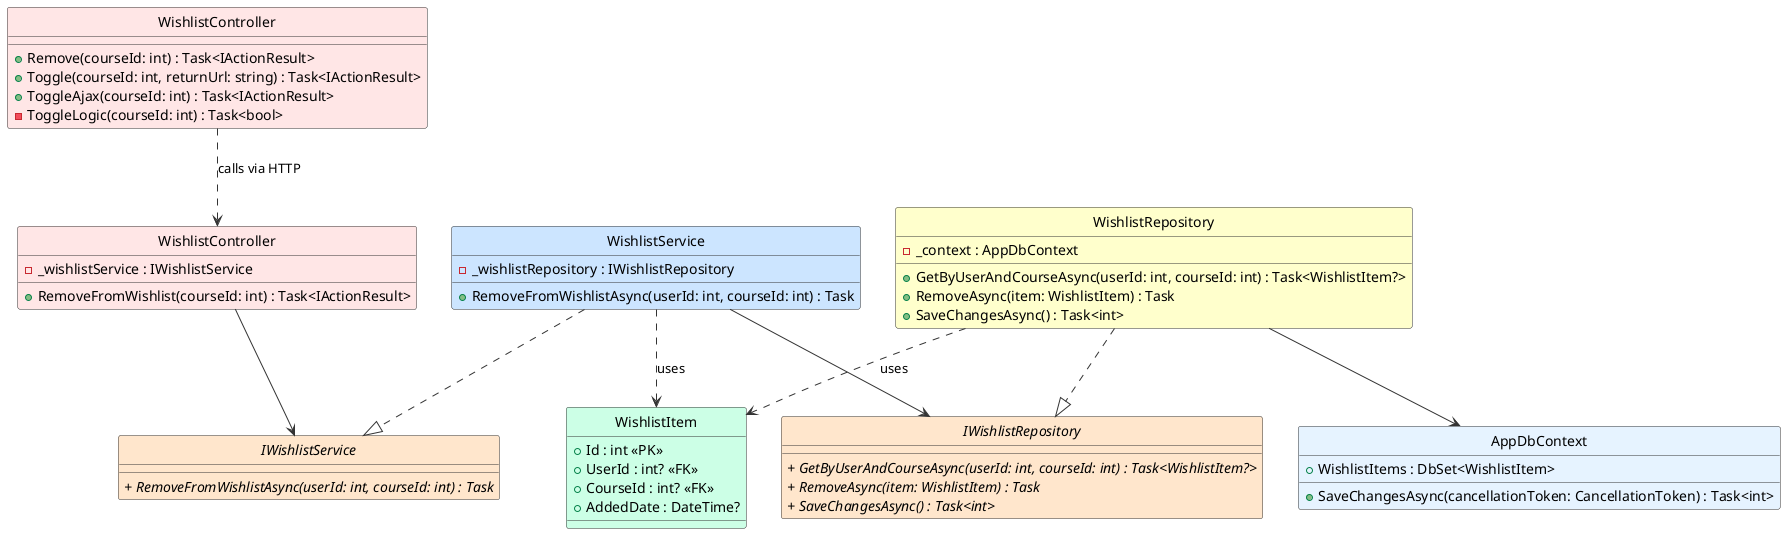
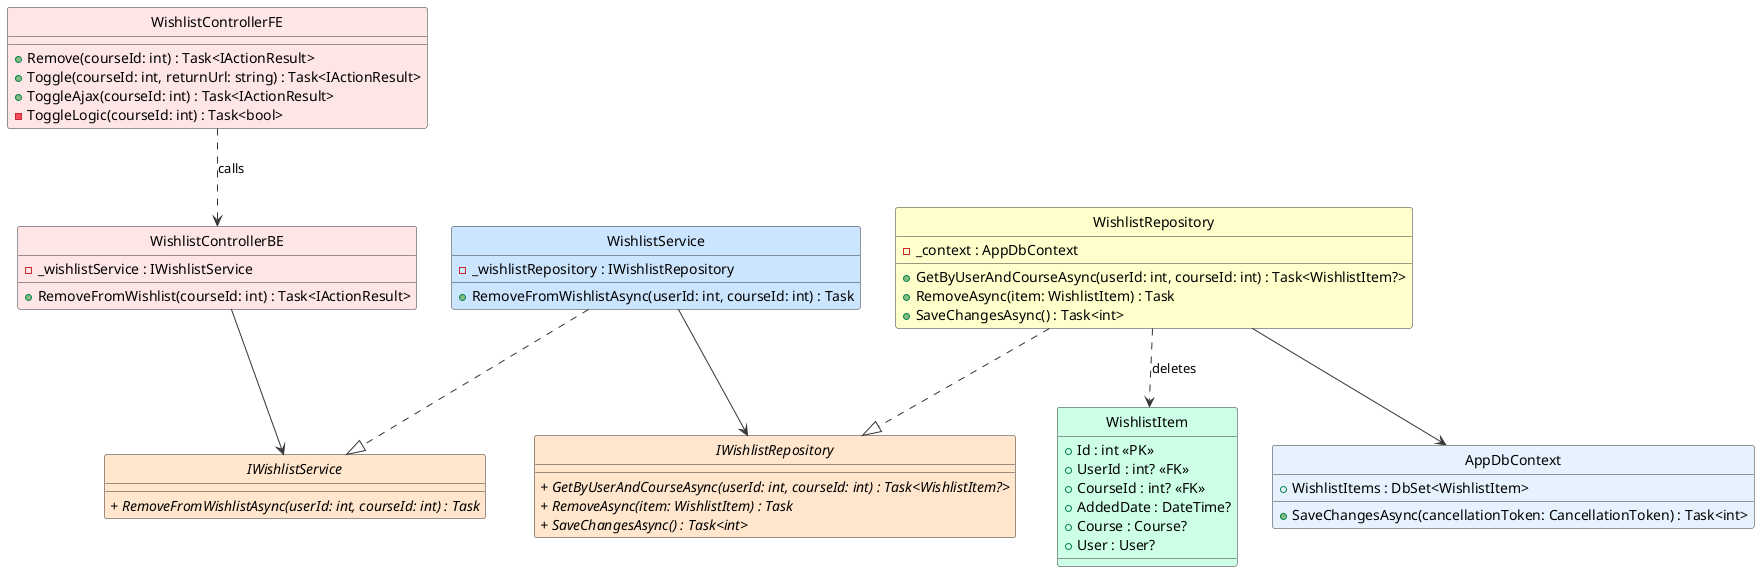
@startuml DeleteWishlistItem_ClassDiagram

' Styling & Settings
skinparam style strictuml
skinparam shadowing false
skinparam class {
    BackgroundColor White
    BorderColor #1A73E8
    ArrowColor #5F6368
}

!define ABSTRACT_COLOR #FFE6CC
!define SERVICE_COLOR #CCE5FF
!define DTO_COLOR #E6CCFF
!define ENTITY_COLOR #CCFFE6
!define REPOSITORY_COLOR #FFFFCC
!define CONTROLLER_COLOR #FFE6E6
- !define DbContext #E6F3FF

skinparam backgroundColor #FFFFFF
skinparam classBackgroundColor #F9F9F9
skinparam classBorderColor #333333
skinparam arrowColor #333333

' ==================== FRONTEND ====================

- class "WishlistController" as WishlistControllerFE #FFE6E6 {
+ class WishlistControllerFE #FFE6E6 {
    + Remove(courseId: int) : Task<IActionResult>
    + Toggle(courseId: int, returnUrl: string) : Task<IActionResult>
    + ToggleAjax(courseId: int) : Task<IActionResult>
    - ToggleLogic(courseId: int) : Task<bool>
}

' ==================== BACKEND - CONTROLLER ====================

- class "WishlistController" as WishlistControllerBE #FFE6E6 {
+ class WishlistControllerBE #FFE6E6 {
    - _wishlistService : IWishlistService
    + RemoveFromWishlist(courseId: int) : Task<IActionResult>
}

' ==================== BACKEND - DOMAIN ENTITIES ====================

class WishlistItem #CCFFE6 {
    + Id : int <<PK>>
    + UserId : int? <<FK>>
    + CourseId : int? <<FK>>
    + AddedDate : DateTime?
+     + Course : Course?
+     + User : User?
}

' ==================== BACKEND - SERVICE INTERFACES ====================

interface IWishlistService #FFE6CC {
    //+ RemoveFromWishlistAsync(userId: int, courseId: int) : Task//
}

' ==================== BACKEND - REPOSITORY INTERFACES ====================

interface IWishlistRepository #FFE6CC {
    //+ GetByUserAndCourseAsync(userId: int, courseId: int) : Task<WishlistItem?>//
    //+ RemoveAsync(item: WishlistItem) : Task//
    //+ SaveChangesAsync() : Task<int>//
}

' ==================== BACKEND - SERVICE IMPLEMENTATION ====================

class WishlistService #CCE5FF {
    - _wishlistRepository : IWishlistRepository
    + RemoveFromWishlistAsync(userId: int, courseId: int) : Task
}

' ==================== BACKEND - REPOSITORY IMPLEMENTATION ====================

class WishlistRepository #FFFFCC {
    - _context : AppDbContext
    + GetByUserAndCourseAsync(userId: int, courseId: int) : Task<WishlistItem?>
    + RemoveAsync(item: WishlistItem) : Task
    + SaveChangesAsync() : Task<int>
}

' ==================== BACKEND - DbContext ====================

class AppDbContext #E6F3FF {
    + WishlistItems : DbSet<WishlistItem>
    + SaveChangesAsync(cancellationToken: CancellationToken) : Task<int>
}

' ==================== RELATIONSHIPS ====================

- ' === UNIDIRECTIONAL ASSOCIATION ===
+ ' === UNIDIRECTIONAL ASSOCIATION (solid arrow) ===
+ WishlistControllerFE ..> WishlistControllerBE : calls
WishlistControllerBE --> IWishlistService
WishlistService --> IWishlistRepository
WishlistRepository --> AppDbContext

' === INTERFACE REALIZATION ===
WishlistService ..|> IWishlistService
WishlistRepository ..|> IWishlistRepository

- ' === DEPENDENCY ===
- WishlistControllerFE ..> WishlistControllerBE : calls via HTTP
- WishlistService ..> WishlistItem : uses
- WishlistRepository ..> WishlistItem : uses
+ ' === DEPENDENCY (dashed arrows) ===
+ ' WishlistRepository ..> WishlistItem : queries
+ WishlistRepository ..> WishlistItem : deletes

@enduml
